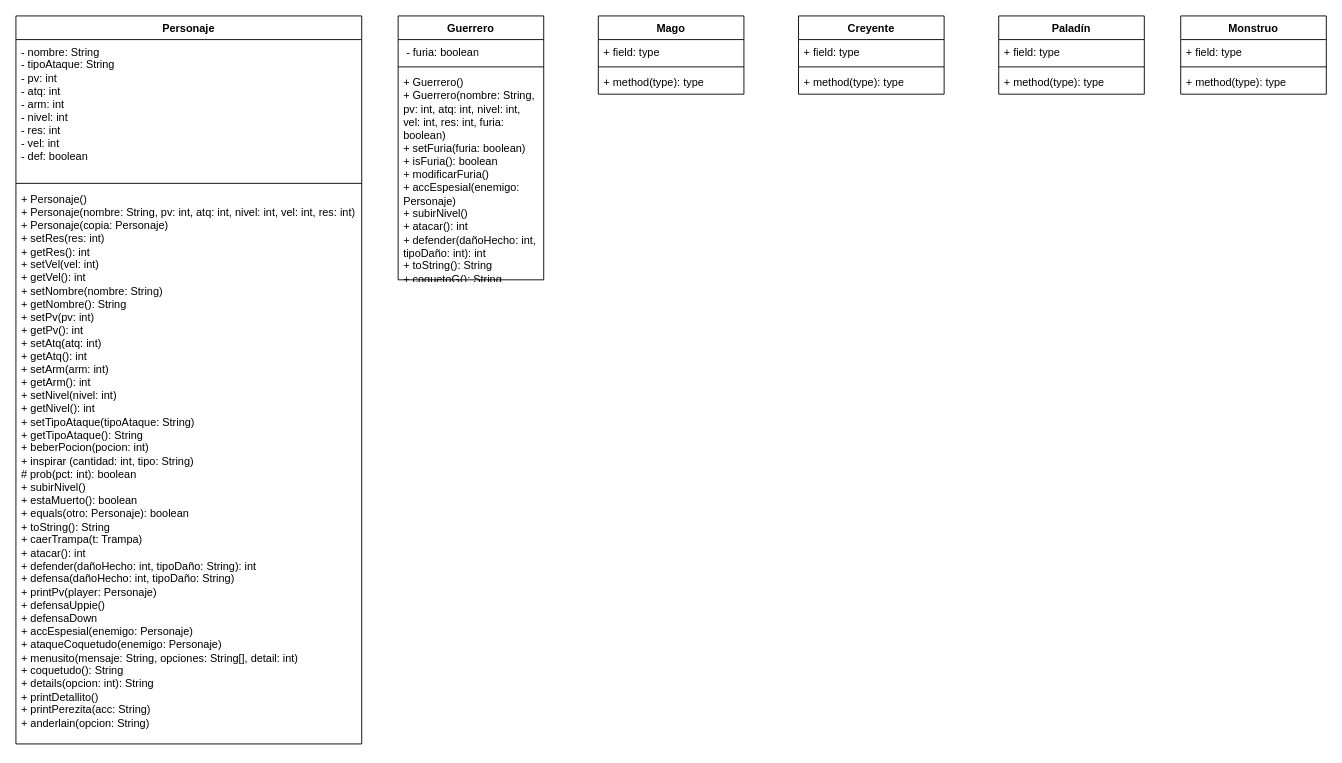
Before: PracticaT5_EDS.drawio in akiipv/Practica_Entornos, a draw.io diagram. Source tidied: cells renumbered, new cells numbered last; positions are measured from the earlier drawing's top-left corner, leaving out a move shared by most shapes. Both pictures are drawn from the tidied source at 91%, with x=0, y=0 at pixel (15, 15).
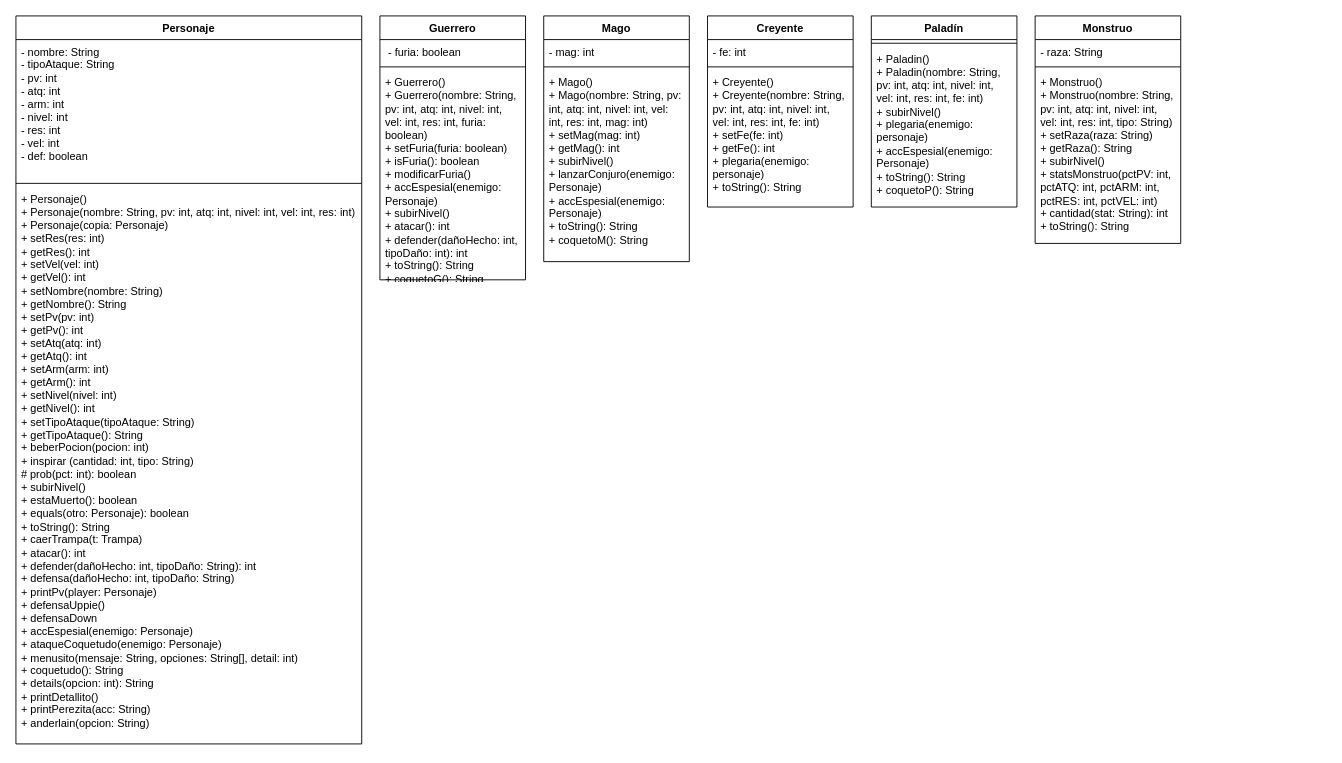
Above is the later version.

Change to the diagram source:
```diff
@@
     <mxCell id="6" value="Guerrero" style="swimlane;fontStyle=1;align=center;verticalAlign=top;horizontal=1;startSize=26;whiteSpace=wrap;html=1;" parent="1" vertex="1">
-      <mxGeometry x="420" width="160" height="290" as="geometry" />
+      <mxGeometry x="400" width="160" height="290" as="geometry" />
     </mxCell>
@@
     <mxCell id="10" value="Mago" style="swimlane;fontStyle=1;align=center;verticalAlign=top;horizontal=1;startSize=26;whiteSpace=wrap;html=1;" parent="1" vertex="1">
-      <mxGeometry x="640" width="160" height="86" as="geometry" />
+      <mxGeometry x="580" width="160" height="270" as="geometry" />
     </mxCell>
-    <mxCell id="11" value="+ field: type" style="text;strokeColor=none;fillColor=none;align=left;verticalAlign=top;spacingLeft=4;spacingRight=4;overflow=hidden;whiteSpace=wrap;html=1;" parent="10" vertex="1">
+    <mxCell id="11" value="- mag: int" style="text;strokeColor=none;fillColor=none;align=left;verticalAlign=top;spacingLeft=4;spacingRight=4;overflow=hidden;whiteSpace=wrap;html=1;" parent="10" vertex="1">
       <mxGeometry y="26" width="160" height="26" as="geometry" />
     </mxCell>
@@
-    <mxCell id="13" value="+ method(type): type" style="text;strokeColor=none;fillColor=none;align=left;verticalAlign=top;spacingLeft=4;spacingRight=4;overflow=hidden;whiteSpace=wrap;html=1;" parent="10" vertex="1">
-      <mxGeometry y="60" width="160" height="26" as="geometry" />
+    <mxCell id="13" value="&lt;div&gt;+ Mago()&lt;/div&gt;&lt;div&gt;+ Mago(nombre: String, pv: int, atq: int, nivel: int, vel: int, res: int, mag: int)&lt;/div&gt;&lt;div&gt;+ setMag(mag: int)&lt;/div&gt;&lt;div&gt;+ getMag(): int&lt;/div&gt;&lt;div&gt;+ subirNivel()&lt;/div&gt;&lt;div&gt;+ lanzarConjuro(enemigo: Personaje)&lt;/div&gt;&lt;div&gt;+ accEspesial(enemigo: Personaje)&lt;/div&gt;&lt;div&gt;+ toString(): String&lt;/div&gt;&lt;div&gt;+ coquetoM(): String&lt;/div&gt;" style="text;strokeColor=none;fillColor=none;align=left;verticalAlign=top;spacingLeft=4;spacingRight=4;overflow=hidden;whiteSpace=wrap;html=1;" parent="10" vertex="1">
+      <mxGeometry y="60" width="160" height="210" as="geometry" />
     </mxCell>
     <mxCell id="14" value="Creyente" style="swimlane;fontStyle=1;align=center;verticalAlign=top;horizontal=1;startSize=26;whiteSpace=wrap;html=1;" parent="1" vertex="1">
-      <mxGeometry x="860" width="160" height="86" as="geometry" />
+      <mxGeometry x="760" width="160" height="210" as="geometry" />
     </mxCell>
-    <mxCell id="15" value="+ field: type" style="text;strokeColor=none;fillColor=none;align=left;verticalAlign=top;spacingLeft=4;spacingRight=4;overflow=hidden;whiteSpace=wrap;html=1;" parent="14" vertex="1">
+    <mxCell id="15" value="- fe: int" style="text;strokeColor=none;fillColor=none;align=left;verticalAlign=top;spacingLeft=4;spacingRight=4;overflow=hidden;whiteSpace=wrap;html=1;" parent="14" vertex="1">
       <mxGeometry y="26" width="160" height="26" as="geometry" />
     </mxCell>
@@
-    <mxCell id="17" value="+ method(type): type" style="text;strokeColor=none;fillColor=none;align=left;verticalAlign=top;spacingLeft=4;spacingRight=4;overflow=hidden;whiteSpace=wrap;html=1;" parent="14" vertex="1">
-      <mxGeometry y="60" width="160" height="26" as="geometry" />
+    <mxCell id="17" value="&lt;div&gt;+ Creyente()&lt;/div&gt;&lt;div&gt;+ Creyente(nombre: String, pv: int, atq: int, nivel: int, vel: int, res: int, fe: int)&lt;/div&gt;&lt;div&gt;+ setFe(fe: int)&lt;/div&gt;&lt;div&gt;+ getFe(): int&lt;/div&gt;&lt;div&gt;+ plegaria(enemigo: personaje)&lt;/div&gt;&lt;div&gt;+ toString(): String&lt;/div&gt;" style="text;strokeColor=none;fillColor=none;align=left;verticalAlign=top;spacingLeft=4;spacingRight=4;overflow=hidden;whiteSpace=wrap;html=1;" parent="14" vertex="1">
+      <mxGeometry y="60" width="160" height="150" as="geometry" />
     </mxCell>
     <mxCell id="18" value="Paladín" style="swimlane;fontStyle=1;align=center;verticalAlign=top;horizontal=1;startSize=26;whiteSpace=wrap;html=1;" parent="1" vertex="1">
-      <mxGeometry x="1080" width="160" height="86" as="geometry" />
+      <mxGeometry x="940" width="160" height="210" as="geometry" />
     </mxCell>
-    <mxCell id="19" value="+ field: type" style="text;strokeColor=none;fillColor=none;align=left;verticalAlign=top;spacingLeft=4;spacingRight=4;overflow=hidden;whiteSpace=wrap;html=1;" parent="18" vertex="1">
-      <mxGeometry y="26" width="160" height="26" as="geometry" />
-    </mxCell>
     <mxCell id="20" style="line;strokeWidth=1;fillColor=none;align=left;verticalAlign=middle;spacingTop=-1;spacingLeft=3;spacingRight=3;labelPosition=right;strokeColor=inherit;" parent="18" vertex="1">
-      <mxGeometry y="52" width="160" height="8" as="geometry" />
+      <mxGeometry y="26" width="160" height="8" as="geometry" />
     </mxCell>
-    <mxCell id="21" value="+ method(type): type" style="text;strokeColor=none;fillColor=none;align=left;verticalAlign=top;spacingLeft=4;spacingRight=4;overflow=hidden;whiteSpace=wrap;html=1;" parent="18" vertex="1">
-      <mxGeometry y="60" width="160" height="26" as="geometry" />
+    <mxCell id="21" value="&lt;div&gt;+ Paladin()&lt;/div&gt;&lt;div&gt;+ Paladin(nombre: String, pv: int, atq: int, nivel: int, vel: int, res: int, fe: int)&lt;/div&gt;&lt;div&gt;&lt;div&gt;+ subirNivel()&lt;/div&gt;&lt;div&gt;+ plegaria(enemigo: personaje)&lt;/div&gt;&lt;div&gt;+ accEspesial(enemigo: Personaje)&lt;/div&gt;&lt;div&gt;+ toString(): String&lt;/div&gt;&lt;div&gt;+ coquetoP(): String&lt;/div&gt;&lt;/div&gt;" style="text;strokeColor=none;fillColor=none;align=left;verticalAlign=top;spacingLeft=4;spacingRight=4;overflow=hidden;whiteSpace=wrap;html=1;" parent="18" vertex="1">
+      <mxGeometry y="34" width="160" height="176" as="geometry" />
     </mxCell>
     <mxCell id="22" value="Monstruo" style="swimlane;fontStyle=1;align=center;verticalAlign=top;horizontal=1;startSize=26;whiteSpace=wrap;html=1;" parent="1" vertex="1">
-      <mxGeometry x="1280" width="160" height="86" as="geometry" />
+      <mxGeometry x="1120" width="160" height="250" as="geometry" />
     </mxCell>
-    <mxCell id="23" value="+ field: type" style="text;strokeColor=none;fillColor=none;align=left;verticalAlign=top;spacingLeft=4;spacingRight=4;overflow=hidden;whiteSpace=wrap;html=1;" parent="22" vertex="1">
+    <mxCell id="23" value="- raza: String" style="text;strokeColor=none;fillColor=none;align=left;verticalAlign=top;spacingLeft=4;spacingRight=4;overflow=hidden;whiteSpace=wrap;html=1;" parent="22" vertex="1">
       <mxGeometry y="26" width="160" height="26" as="geometry" />
     </mxCell>
@@
-    <mxCell id="25" value="+ method(type): type" style="text;strokeColor=none;fillColor=none;align=left;verticalAlign=top;spacingLeft=4;spacingRight=4;overflow=hidden;whiteSpace=wrap;html=1;" parent="22" vertex="1">
-      <mxGeometry y="60" width="160" height="26" as="geometry" />
+    <mxCell id="25" value="&lt;div&gt;+ Monstruo()&lt;/div&gt;&lt;div&gt;+ Monstruo(nombre: String, pv: int, atq: int, nivel: int, vel: int, res: int, tipo: String)&lt;/div&gt;&lt;div&gt;&lt;div&gt;+ setRaza(raza: String)&lt;/div&gt;&lt;div&gt;+ getRaza(): String&lt;/div&gt;&lt;div&gt;+ subirNivel()&lt;/div&gt;&lt;div&gt;+ statsMonstruo(pctPV: int, pctATQ: int, pctARM: int, pctRES: int, pctVEL: int)&lt;/div&gt;&lt;div&gt;+ cantidad(stat: String): int&lt;/div&gt;&lt;div&gt;&lt;div&gt;+ toString(): String&lt;/div&gt;&lt;br&gt;&lt;/div&gt;&lt;div&gt;&lt;br&gt;&lt;/div&gt;&lt;div&gt;&lt;br&gt;&lt;/div&gt;&lt;br&gt;&lt;/div&gt;&lt;div&gt;&lt;br&gt;&lt;/div&gt;" style="text;strokeColor=none;fillColor=none;align=left;verticalAlign=top;spacingLeft=4;spacingRight=4;overflow=hidden;whiteSpace=wrap;html=1;" parent="22" vertex="1">
+      <mxGeometry y="60" width="160" height="190" as="geometry" />
     </mxCell>
```
